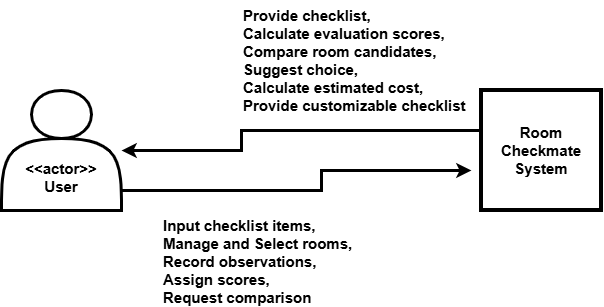
Above: system-context-diagram.png in HyeRyeongYu/room-decision-assistant (draw.io), before the change. Source tidied: cells renumbered, new cells last; positions are measured from the earlier drawing's top-left corner, leaving out a move shared by most shapes. The source it was exported from:
```xml
<mxGraphModel>
  <root>
    <mxCell id="0" />
    <mxCell id="1" parent="0" />
    <mxCell id="2" style="edgeStyle=orthogonalEdgeStyle;rounded=0;jettySize=auto;html=1;exitX=0.846;exitY=0.467;exitDx=0;exitDy=0;exitPerimeter=0;strokeWidth=3;" parent="1" edge="1" source="3">
      <mxGeometry relative="1" as="geometry">
        <mxPoint x="470" y="170" as="targetPoint" />
        <Array as="points">
          <mxPoint x="102" y="190" />
          <mxPoint x="320" y="190" />
          <mxPoint x="320" y="170" />
        </Array>
      </mxGeometry>
    </mxCell>
    <mxCell id="3" value="&lt;div&gt;&lt;b&gt;&lt;font style=&quot;font-size: 15px;&quot;&gt;&lt;br&gt;&lt;/font&gt;&lt;/b&gt;&lt;/div&gt;&lt;div&gt;&lt;b&gt;&lt;font style=&quot;font-size: 15px;&quot;&gt;&lt;br&gt;&lt;/font&gt;&lt;/b&gt;&lt;/div&gt;&lt;div&gt;&lt;b&gt;&lt;font style=&quot;font-size: 15px;&quot;&gt;&lt;br&gt;&lt;/font&gt;&lt;/b&gt;&lt;/div&gt;&lt;div&gt;&lt;b&gt;&lt;font style=&quot;font-size: 15px;&quot;&gt;&amp;lt;&amp;lt;actor&amp;gt;&amp;gt;&lt;/font&gt;&lt;/b&gt;&lt;/div&gt;&lt;div&gt;&lt;b&gt;&lt;font style=&quot;font-size: 15px;&quot;&gt;User&lt;/font&gt;&lt;/b&gt;&lt;/div&gt;" style="shape=actor;whiteSpace=wrap;html=1;strokeWidth=3;" parent="1" vertex="1">
      <mxGeometry y="90" width="120" height="120" as="geometry" />
    </mxCell>
    <mxCell id="4" value="&lt;b&gt;&lt;font style=&quot;font-size: 15px;&quot;&gt;Room Checkmate System&lt;/font&gt;&lt;/b&gt;" style="whiteSpace=wrap;html=1;strokeWidth=4;" parent="1" vertex="1">
      <mxGeometry x="480" y="90" width="120" height="120" as="geometry" />
    </mxCell>
    <mxCell id="5" style="edgeStyle=orthogonalEdgeStyle;rounded=0;orthogonalLoop=1;jettySize=auto;html=1;exitX=0;exitY=0.25;exitDx=0;exitDy=0;strokeWidth=3;" parent="1" edge="1">
      <mxGeometry relative="1" as="geometry">
        <mxPoint x="480" y="120" as="sourcePoint" />
        <mxPoint x="120" y="150" as="targetPoint" />
        <Array as="points">
          <mxPoint x="480" y="130" />
          <mxPoint x="240" y="130" />
          <mxPoint x="240" y="150" />
        </Array>
      </mxGeometry>
    </mxCell>
    <mxCell id="6" value="Input checklist items,&#10;Manage and Select rooms,&#10;Record observations,&#10;Assign scores,&#10;Request comparison" style="text;whiteSpace=wrap;fontSize=15;fontStyle=1;" parent="1" vertex="1">
      <mxGeometry x="160" y="210" width="200" height="90" as="geometry" />
    </mxCell>
    <mxCell id="7" value="Provide checklist, &#10;Calculate evaluation scores, &#10;Compare room candidates, &#10;Suggest choice, &#10;Calculate estimated cost,&#10;Provide customizable checklist" style="text;whiteSpace=wrap;fontSize=15;fontStyle=1;" parent="1" vertex="1">
      <mxGeometry x="240" width="250" height="120" as="geometry" />
    </mxCell>
  </root>
</mxGraphModel>
```
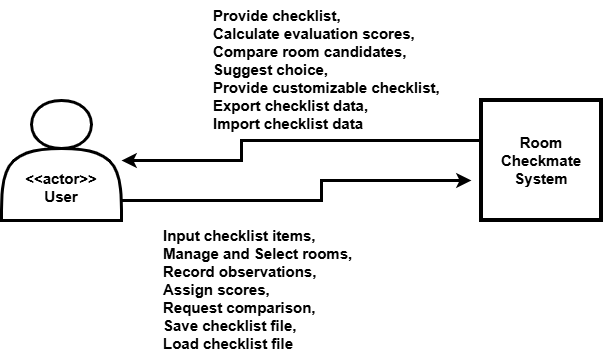
Above is the later version.

Change to the diagram source:
```diff
@@ -29,11 +29,11 @@
         </Array>
       </mxGeometry>
     </mxCell>
-    <mxCell id="6" value="Input checklist items,&#10;Manage and Select rooms,&#10;Record observations,&#10;Assign scores,&#10;Request comparison" style="text;whiteSpace=wrap;fontSize=15;fontStyle=1;" parent="1" vertex="1">
-      <mxGeometry x="160" y="210" width="200" height="90" as="geometry" />
+    <mxCell id="6" value="Input checklist items,&#10;Manage and Select rooms,&#10;Record observations,&#10;Assign scores,&#10;Request comparison,&#10;Save checklist file,&#10;Load checklist file" style="text;whiteSpace=wrap;fontSize=15;fontStyle=1;" parent="1" vertex="1">
+      <mxGeometry x="160" y="210" width="200" height="130" as="geometry" />
     </mxCell>
-    <mxCell id="7" value="Provide checklist, &#10;Calculate evaluation scores, &#10;Compare room candidates, &#10;Suggest choice, &#10;Calculate estimated cost,&#10;Provide customizable checklist" style="text;whiteSpace=wrap;fontSize=15;fontStyle=1;" parent="1" vertex="1">
-      <mxGeometry x="240" width="250" height="120" as="geometry" />
+    <mxCell id="7" value="Provide checklist, &#10;Calculate evaluation scores, &#10;Compare room candidates, &#10;Suggest choice, &#10;Provide customizable checklist,&#10;Export checklist data,&#10;Import checklist data&#10;" style="text;whiteSpace=wrap;fontSize=15;fontStyle=1;fontColor=#000000;" parent="1" vertex="1">
+      <mxGeometry x="210" y="-10" width="260" height="130" as="geometry" />
     </mxCell>
   </root>
 </mxGraphModel>
```
